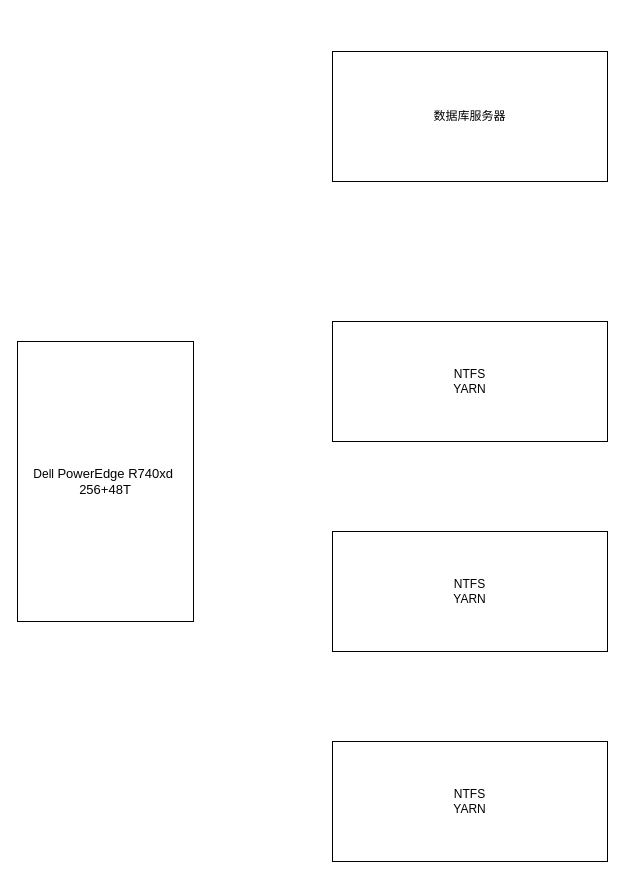
Before: Untitled Diagram.drawio in marx8559/wavenet, a draw.io diagram. Source tidied: cells renumbered, new cells numbered last; positions are measured from the earlier drawing's top-left corner, leaving out a move shared by most shapes. Both pictures are drawn from the tidied source at 100%, with x=0, y=0 at pixel (17, 51).
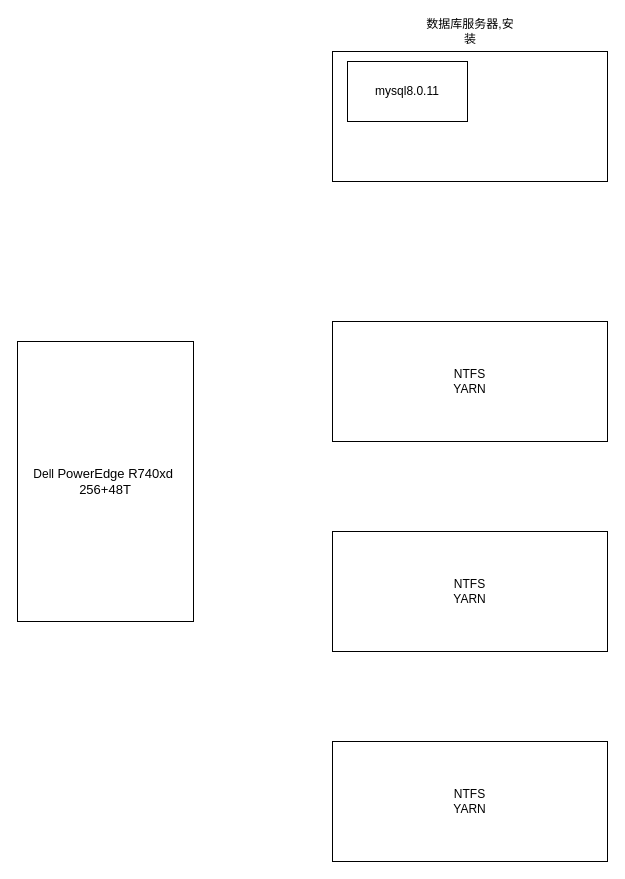
The same diagram, later.

Diff of the diagram source:
```diff
@@
 <mxGraphModel>
   <root>
     <mxCell id="0" />
     <mxCell id="1" parent="0" />
     <mxCell id="2" value="&lt;span&gt;Dell&amp;nbsp;&lt;/span&gt;&lt;span&gt;&lt;font style=&quot;font-size: 13px&quot;&gt;PowerEdge R740xd&amp;nbsp;&lt;br&gt;256+48T&lt;br&gt;&lt;/font&gt;&lt;/span&gt;" style="rounded=0;whiteSpace=wrap;html=1;" parent="1" vertex="1">
       <mxGeometry y="290" width="176" height="280" as="geometry" />
     </mxCell>
-    <mxCell id="3" value="数据库服务器" style="rounded=0;whiteSpace=wrap;html=1;" parent="1" vertex="1">
+    <mxCell id="3" style="rounded=0;whiteSpace=wrap;html=1;" parent="1" vertex="1">
       <mxGeometry x="315" width="275" height="130" as="geometry" />
     </mxCell>
     <mxCell id="4" value="NTFS&lt;br&gt;YARN" style="rounded=0;whiteSpace=wrap;html=1;" parent="1" vertex="1">
       <mxGeometry x="315" y="270" width="275" height="120" as="geometry" />
     </mxCell>
     <mxCell id="5" value="&lt;span style=&quot;white-space: normal&quot;&gt;NTFS&lt;/span&gt;&lt;br style=&quot;white-space: normal&quot;&gt;&lt;span style=&quot;white-space: normal&quot;&gt;YARN&lt;/span&gt;" style="rounded=0;whiteSpace=wrap;html=1;" parent="1" vertex="1">
       <mxGeometry x="315" y="690" width="275" height="120" as="geometry" />
     </mxCell>
     <mxCell id="6" value="&lt;span style=&quot;white-space: normal&quot;&gt;NTFS&lt;/span&gt;&lt;br style=&quot;white-space: normal&quot;&gt;&lt;span style=&quot;white-space: normal&quot;&gt;YARN&lt;/span&gt;" style="rounded=0;whiteSpace=wrap;html=1;" parent="1" vertex="1">
       <mxGeometry x="315" y="480" width="275" height="120" as="geometry" />
     </mxCell>
+    <mxCell id="7" value="数据库服务器,安装" style="text;html=1;strokeColor=none;fillColor=none;align=center;verticalAlign=middle;whiteSpace=wrap;rounded=0;" parent="1" vertex="1">
+      <mxGeometry x="407.5" y="-30" width="90" height="20" as="geometry" />
+    </mxCell>
+    <mxCell id="8" value="mysql8.0.11" style="rounded=0;whiteSpace=wrap;html=1;" parent="1" vertex="1">
+      <mxGeometry x="330" y="10" width="120" height="60" as="geometry" />
+    </mxCell>
   </root>
 </mxGraphModel>
```
